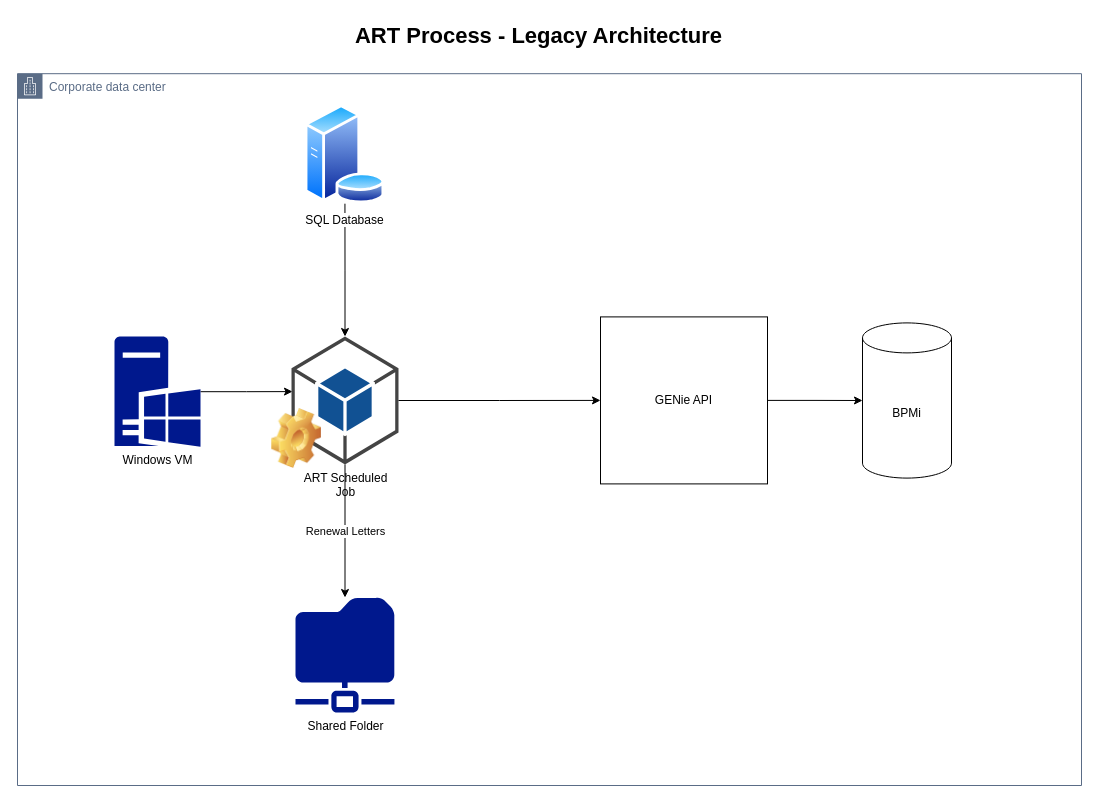
This is art-monolith.drawio from ekhanna26/architecture-diagrams, a draw.io file, before an edit. Source tidied: cells renumbered, new cells numbered last; positions are measured from the earlier drawing's top-left corner, leaving out a move shared by most shapes. Both pictures are drawn from the tidied source at 100%, with x=0, y=0 at pixel (17, 25).
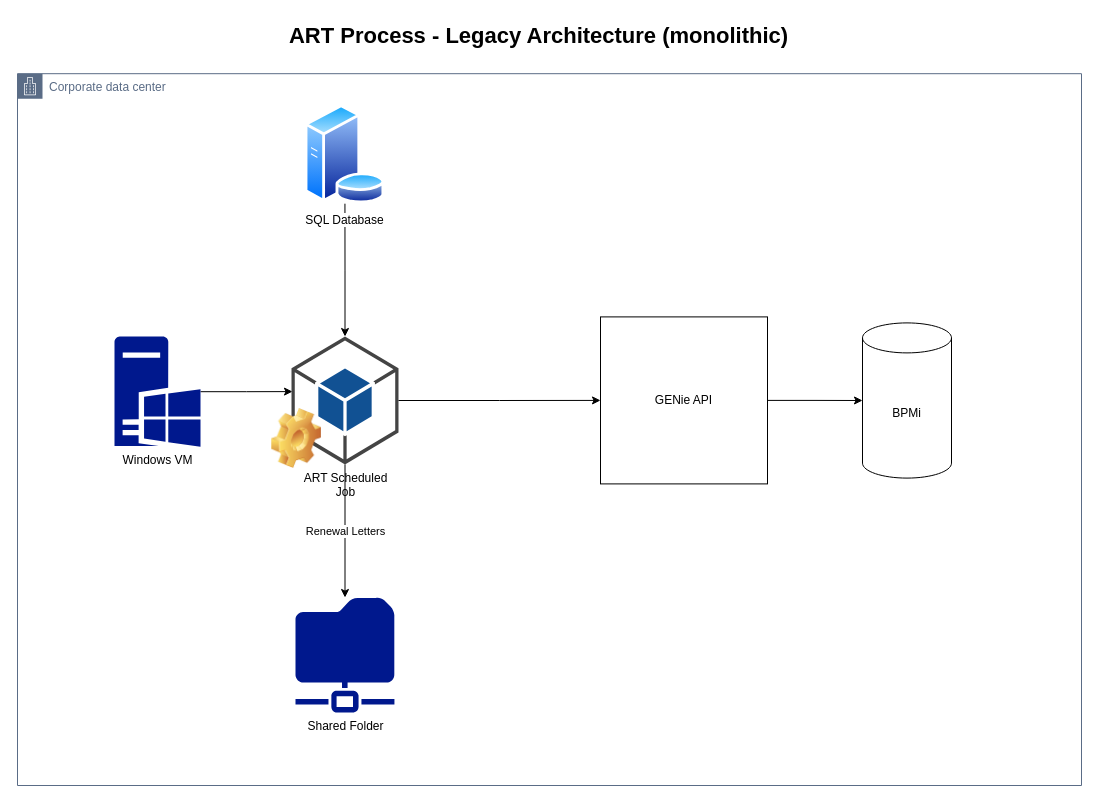
The same diagram, later.

What changed in the source:
```diff
@@
 <mxGraphModel>
   <root>
     <mxCell id="0" />
     <mxCell id="1" parent="0" />
     <mxCell id="2" style="group;" parent="1" vertex="1">
       <mxGeometry width="1064" height="760" as="geometry" />
     </mxCell>
     <mxCell id="3" style="edgeStyle=orthogonalEdgeStyle;rounded=0;jettySize=auto;html=1;" parent="2" edge="1" source="4">
       <mxGeometry relative="1" as="geometry">
         <mxPoint x="275" y="366.1" as="targetPoint" />
       </mxGeometry>
     </mxCell>
     <mxCell id="4" value="Windows VM" style="sketch=0;shadow=0;dashed=0;html=1;strokeColor=none;labelPosition=center;verticalLabelPosition=bottom;verticalAlign=top;align=center;fillColor=#00188D;shape=mxgraph.mscae.enterprise.windows_server;" parent="2" vertex="1">
       <mxGeometry x="97" y="311" width="86" height="110.3" as="geometry" />
     </mxCell>
     <mxCell id="5" style="edgeStyle=orthogonalEdgeStyle;rounded=0;jettySize=auto;html=1;" parent="2" edge="1" source="6" target="7">
       <mxGeometry relative="1" as="geometry" />
     </mxCell>
     <mxCell id="6" value="SQL Database" style="perimeter=ellipsePerimeter;html=1;align=center;shadow=0;dashed=0;spacingTop=3;image;image=img/lib/active_directory/database_server.svg;" parent="2" vertex="1">
       <mxGeometry x="286.8" y="79" width="81.3" height="99.2" as="geometry" />
     </mxCell>
     <mxCell id="7" value="ART Scheduled &lt;br&gt;Job" style="outlineConnect=0;dashed=0;verticalLabelPosition=bottom;verticalAlign=top;align=center;html=1;shape=mxgraph.aws3.android;fillColor=#115193;gradientColor=none;" parent="2" vertex="1">
       <mxGeometry x="274" y="311" width="107" height="127.9" as="geometry" />
     </mxCell>
     <mxCell id="8" value="Shared Folder" style="sketch=0;shadow=0;dashed=0;html=1;strokeColor=none;labelPosition=center;verticalLabelPosition=bottom;verticalAlign=top;align=center;fillColor=#00188D;shape=mxgraph.mscae.enterprise.shared_folder;" parent="2" vertex="1">
       <mxGeometry x="278" y="572" width="99" height="115.1" as="geometry" />
     </mxCell>
     <mxCell id="9" value="Renewal Letters" style="edgeStyle=orthogonalEdgeStyle;rounded=0;jettySize=auto;html=1;" parent="2" edge="1" source="7" target="8">
       <mxGeometry relative="1" as="geometry" />
     </mxCell>
     <mxCell id="10" style="shape=image;html=1;verticalLabelPosition=bottom;verticalAlign=top;imageAspect=0;image=img/clipart/Gear_128x128.png;" parent="2" vertex="1">
       <mxGeometry x="254" y="383" width="50" height="60" as="geometry" />
     </mxCell>
     <mxCell id="11" style="edgeStyle=orthogonalEdgeStyle;rounded=0;jettySize=auto;html=1;" parent="2" edge="1" source="12" target="16">
       <mxGeometry relative="1" as="geometry" />
     </mxCell>
     <mxCell id="12" value="GENie API" style="whiteSpace=wrap;html=1;" parent="2" vertex="1">
       <mxGeometry x="583" y="291.4" width="167" height="167" as="geometry" />
     </mxCell>
     <mxCell id="13" style="edgeStyle=orthogonalEdgeStyle;rounded=0;jettySize=auto;html=1;" parent="2" edge="1" source="7" target="12">
       <mxGeometry relative="1" as="geometry" />
     </mxCell>
-    <mxCell id="14" value="&lt;font size=&quot;1&quot; style=&quot;&quot;&gt;&lt;b style=&quot;font-size: 22px;&quot;&gt;ART Process - Legacy Architecture&lt;/b&gt;&lt;/font&gt;" style="text;html=1;align=center;verticalAlign=middle;strokeColor=none;fillColor=none;" parent="2" vertex="1">
-      <mxGeometry x="332" width="377" height="22" as="geometry" />
+    <mxCell id="14" value="&lt;font size=&quot;1&quot; style=&quot;&quot;&gt;&lt;b style=&quot;font-size: 22px;&quot;&gt;ART Process - Legacy Architecture (monolithic)&lt;/b&gt;&lt;/font&gt;" style="text;html=1;align=center;verticalAlign=middle;strokeColor=none;fillColor=none;" parent="2" vertex="1">
+      <mxGeometry x="262" y="-8" width="517" height="38" as="geometry" />
     </mxCell>
     <mxCell id="15" value="Corporate data center" style="gradientColor=none;html=1;whiteSpace=wrap;fontSize=12;fontStyle=0;shape=mxgraph.aws4.group;grIcon=mxgraph.aws4.group_corporate_data_center;strokeColor=#5A6C86;fillColor=none;verticalAlign=top;align=left;spacingLeft=30;fontColor=#5A6C86;dashed=0;" parent="2" vertex="1">
       <mxGeometry y="48.2" width="1064" height="711.8" as="geometry" />
     </mxCell>
     <mxCell id="16" value="BPMi" style="shape=cylinder3;whiteSpace=wrap;html=1;boundedLbl=1;backgroundOutline=1;size=15;" parent="2" vertex="1">
       <mxGeometry x="845" y="297.4" width="89" height="155.2" as="geometry" />
     </mxCell>
   </root>
 </mxGraphModel>
```
